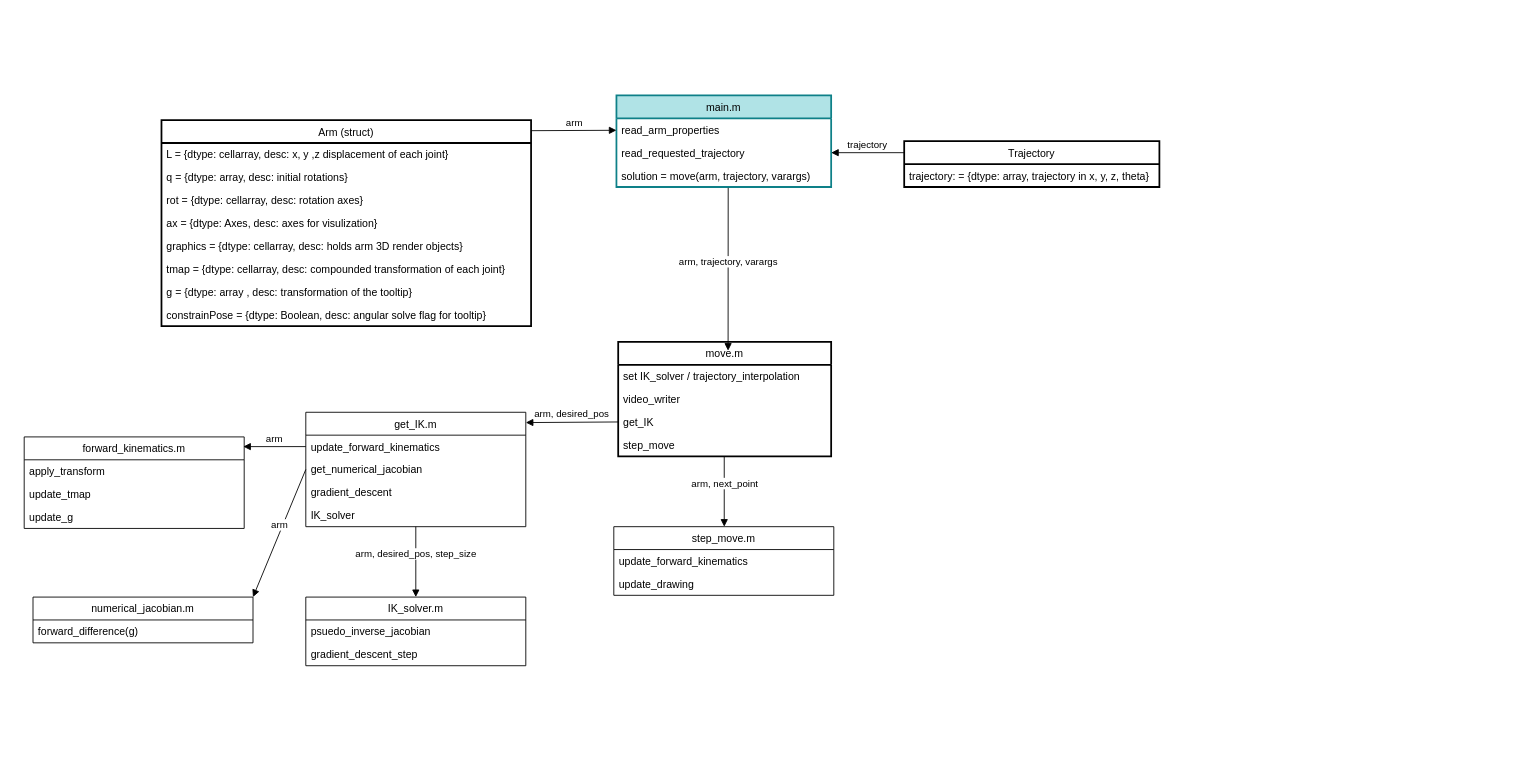
The draw.io diagram something.drawio in ZeeAlmusa/manipulator_simulator, before the edit. Source tidied: cells renumbered, new cells numbered last; positions are measured from the earlier drawing's top-left corner, leaving out a move shared by most shapes. Both pictures are drawn from the tidied source at 88%, with x=0, y=0 at pixel (24, 95).
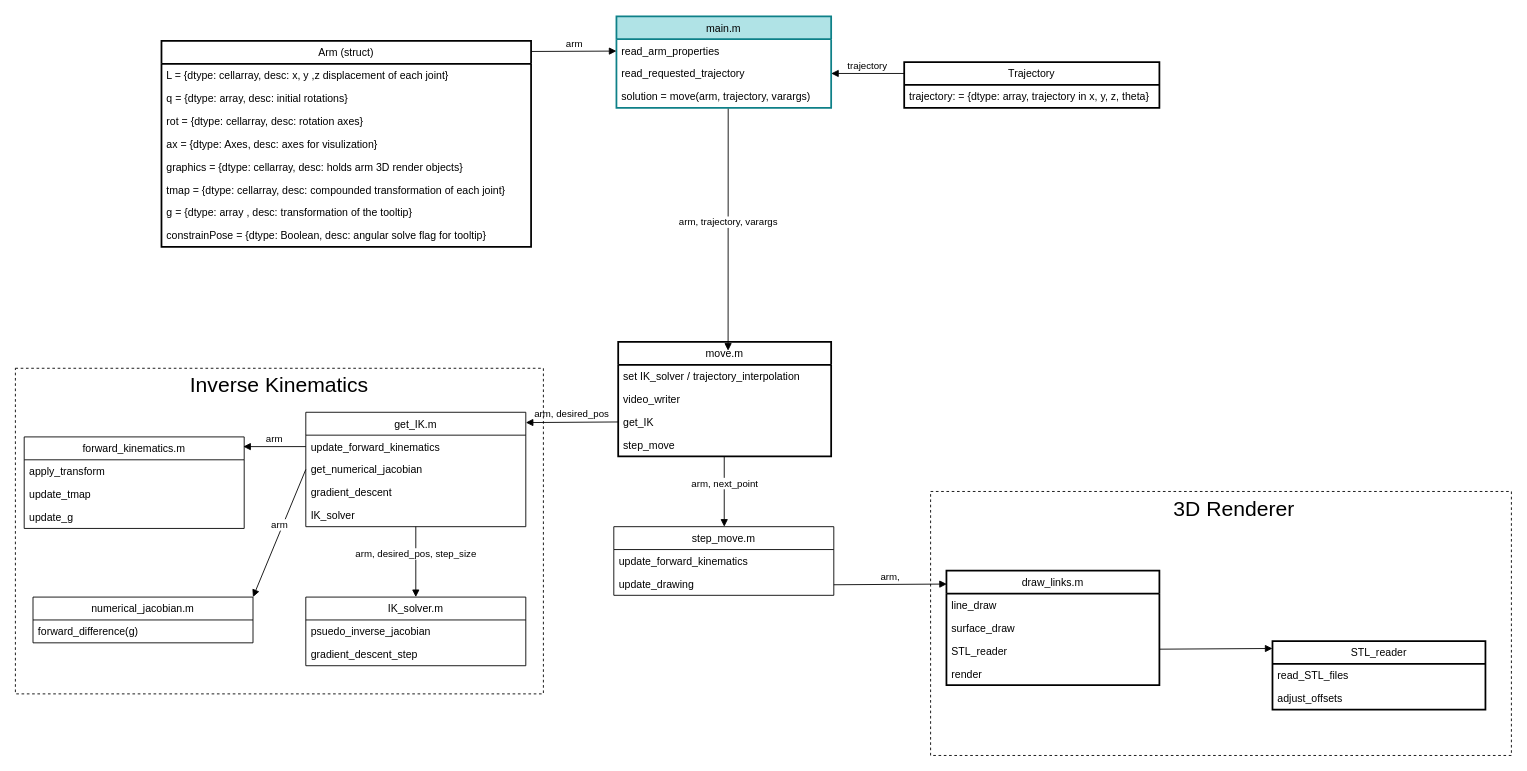
Above is the later version.

Unchanged cells that the change refers to:
```xml
<mxCell id="3" value="read_arm_properties" style="text;strokeColor=none;fillColor=none;align=left;verticalAlign=top;spacingLeft=4;spacingRight=4;overflow=hidden;points=[[0,0.5],[1,0.5]];portConstraint=eastwest;" parent="2" vertex="1">
  <mxGeometry y="26" width="244" height="26" as="geometry" />
</mxCell>
<mxCell id="7" value="move.m" style="swimlane;fontStyle=0;horizontal=1;startSize=26;fillColor=none;strokeWidth=2;" parent="1" vertex="1">
  <mxGeometry x="675" y="280" width="242" height="130" as="geometry" />
</mxCell>
```

The edit, as a diff of the source:
```diff
@@
     <mxCell id="2" value="main.m" style="swimlane;fontStyle=0;horizontal=1;startSize=26;fillColor=#b0e3e6;strokeColor=#0e8088;strokeWidth=2;" parent="1" vertex="1">
-      <mxGeometry x="673" width="244" height="104" as="geometry" />
+      <mxGeometry x="673" y="-90" width="244" height="104" as="geometry" />
     </mxCell>
@@
     <mxCell id="6" value="arm, trajectory, varargs" style="html=1;verticalAlign=bottom;endArrow=block;entryX=0.516;entryY=0.077;entryDx=0;entryDy=0;entryPerimeter=0;" parent="1" edge="1" target="7">
       <mxGeometry relative="1" as="geometry">
-        <mxPoint x="800" y="105" as="sourcePoint" />
+        <mxPoint x="800" y="15" as="sourcePoint" />
       </mxGeometry>
     </mxCell>
@@
     <mxCell id="12" value="Arm (struct)" style="swimlane;fontStyle=0;horizontal=1;startSize=26;fillColor=none;strokeWidth=2;" parent="1" vertex="1">
-      <mxGeometry x="156" y="28" width="420" height="234" as="geometry" />
+      <mxGeometry x="156" y="-62" width="420" height="234" as="geometry" />
     </mxCell>
@@
     <mxCell id="21" value="arm" style="html=1;verticalAlign=bottom;endArrow=block;" parent="1" edge="1" target="3">
       <mxGeometry relative="1" as="geometry">
-        <mxPoint x="576" y="40" as="sourcePoint" />
+        <mxPoint x="576" y="-50" as="sourcePoint" />
       </mxGeometry>
     </mxCell>
     <mxCell id="22" value="Trajectory" style="swimlane;fontStyle=0;horizontal=1;startSize=26;fillColor=none;strokeWidth=2;" parent="1" vertex="1">
-      <mxGeometry x="1000" y="52" width="290" height="52" as="geometry" />
+      <mxGeometry x="1000" y="-38" width="290" height="52" as="geometry" />
     </mxCell>
@@
+    <mxCell id="47" style="rounded=0;whiteSpace=wrap;html=1;fillColor=none;dashed=1;" parent="1" vertex="1">
+      <mxGeometry x="-10" y="310" width="600" height="370" as="geometry" />
+    </mxCell>
+    <mxCell id="48" value="&lt;font style=&quot;font-size: 24px&quot;&gt;Inverse Kinematics&lt;/font&gt;" style="text;html=1;strokeColor=none;fillColor=none;align=center;verticalAlign=middle;whiteSpace=wrap;rounded=0;dashed=1;" parent="1" vertex="1">
+      <mxGeometry x="165" y="320" width="250" height="20" as="geometry" />
+    </mxCell>
+    <mxCell id="49" value="draw_links.m" style="swimlane;fontStyle=0;horizontal=1;startSize=26;fillColor=none;strokeWidth=2;" parent="1" vertex="1">
+      <mxGeometry x="1048" y="540" width="242" height="130" as="geometry" />
+    </mxCell>
+    <mxCell id="50" value="line_draw" style="text;strokeColor=none;fillColor=none;align=left;verticalAlign=top;spacingLeft=4;spacingRight=4;overflow=hidden;" parent="49" vertex="1">
+      <mxGeometry y="26" width="242" height="26" as="geometry" />
+    </mxCell>
+    <mxCell id="51" value="surface_draw" style="text;strokeColor=none;fillColor=none;align=left;verticalAlign=top;spacingLeft=4;spacingRight=4;overflow=hidden;" parent="49" vertex="1">
+      <mxGeometry y="52" width="242" height="26" as="geometry" />
+    </mxCell>
+    <mxCell id="52" value="STL_reader" style="text;strokeColor=none;fillColor=none;align=left;verticalAlign=top;spacingLeft=4;spacingRight=4;overflow=hidden;" parent="49" vertex="1">
+      <mxGeometry y="78" width="242" height="26" as="geometry" />
+    </mxCell>
+    <mxCell id="53" value="render" style="text;strokeColor=none;fillColor=none;align=left;verticalAlign=top;spacingLeft=4;spacingRight=4;overflow=hidden;" parent="49" vertex="1">
+      <mxGeometry y="104" width="242" height="26" as="geometry" />
+    </mxCell>
+    <mxCell id="54" value="STL_reader" style="swimlane;fontStyle=0;horizontal=1;startSize=26;fillColor=none;strokeWidth=2;" parent="1" vertex="1">
+      <mxGeometry x="1418.5" y="620" width="242" height="78" as="geometry" />
+    </mxCell>
+    <mxCell id="55" value="read_STL_files" style="text;strokeColor=none;fillColor=none;align=left;verticalAlign=top;spacingLeft=4;spacingRight=4;overflow=hidden;" parent="54" vertex="1">
+      <mxGeometry y="26" width="242" height="26" as="geometry" />
+    </mxCell>
+    <mxCell id="56" value="adjust_offsets" style="text;strokeColor=none;fillColor=none;align=left;verticalAlign=top;spacingLeft=4;spacingRight=4;overflow=hidden;" parent="54" vertex="1">
+      <mxGeometry y="52" width="242" height="26" as="geometry" />
+    </mxCell>
+    <mxCell id="57" value="arm," style="html=1;verticalAlign=bottom;endArrow=block;entryX=0.002;entryY=0.117;entryDx=0;entryDy=0;entryPerimeter=0;" parent="1" edge="1" target="49">
+      <mxGeometry relative="1" as="geometry">
+        <mxPoint x="920" y="556" as="sourcePoint" />
+      </mxGeometry>
+    </mxCell>
+    <mxCell id="58" style="html=1;verticalAlign=bottom;endArrow=block;entryX=0.002;entryY=0.117;entryDx=0;entryDy=0;entryPerimeter=0;" parent="1" edge="1">
+      <mxGeometry relative="1" as="geometry">
+        <mxPoint x="1290" y="629.2" as="sourcePoint" />
+        <mxPoint x="1418.5" y="628.4" as="targetPoint" />
+      </mxGeometry>
+    </mxCell>
+    <mxCell id="59" style="rounded=0;whiteSpace=wrap;html=1;fillColor=none;dashed=1;" parent="1" vertex="1">
+      <mxGeometry x="1030" y="450" width="660" height="300" as="geometry" />
+    </mxCell>
+    <mxCell id="60" value="&lt;span style=&quot;font-size: 24px&quot;&gt;3D Renderer&lt;/span&gt;" style="text;html=1;strokeColor=none;fillColor=none;align=center;verticalAlign=middle;whiteSpace=wrap;rounded=0;dashed=1;" parent="1" vertex="1">
+      <mxGeometry x="1250" y="460" width="250" height="20" as="geometry" />
+    </mxCell>
```
